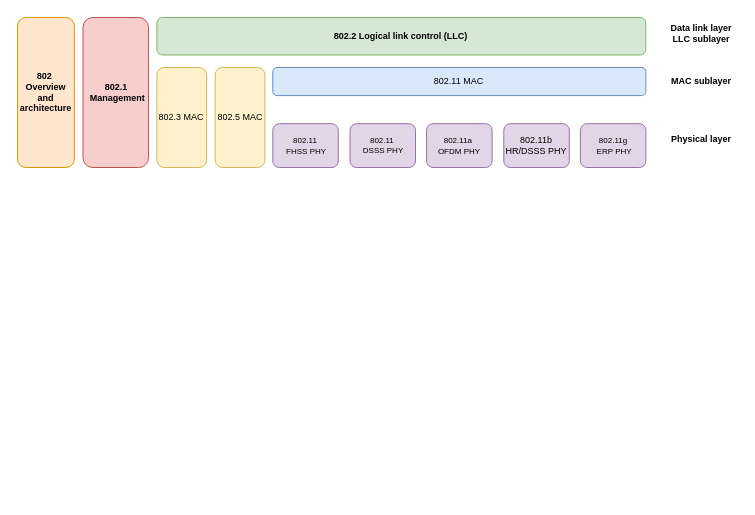
iceyxy/flow-chart-drawio keeps this draw.io diagram as drawio/wifi.drawio. Above is the earlier version. Source tidied: cells renumbered, new cells numbered last; positions are measured from the earlier drawing's top-left corner, leaving out a move shared by most shapes. Both pictures are drawn from the tidied source at 100%, with x=0, y=0 at pixel (17, 17).
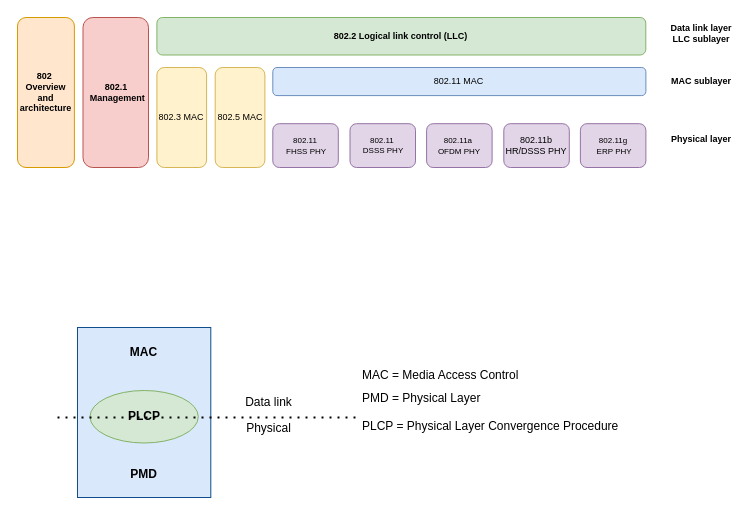
Above is the later version.

Diff of the diagram source:
```diff
@@
+    <mxCell id="17" style="group;" parent="1" vertex="1">
+      <mxGeometry x="40" y="310" width="569.7" height="170" as="geometry" />
+    </mxCell>
+    <mxCell id="18" style="rounded=0;whiteSpace=wrap;html=1;fillColor=#dae8fc;strokeColor=#104e8b;strokeWidth=1;fontSize=12;" parent="17" vertex="1">
+      <mxGeometry x="20" width="133.3" height="170" as="geometry" />
+    </mxCell>
+    <mxCell id="19" value="MAC" style="text;html=1;strokeColor=none;fillColor=none;align=center;verticalAlign=middle;whiteSpace=wrap;rounded=0;fontSize=12;fontStyle=1;" parent="17" vertex="1">
+      <mxGeometry x="53.3" y="9.2" width="66.7" height="32.3" as="geometry" />
+    </mxCell>
+    <mxCell id="20" value="PLCP" style="ellipse;whiteSpace=wrap;html=1;fillColor=#d5e8d4;strokeColor=#82b366;fontSize=12;fontStyle=1;" parent="17" vertex="1">
+      <mxGeometry x="32.5" y="63" width="108.3" height="52.5" as="geometry" />
+    </mxCell>
+    <mxCell id="21" value="PMD" style="text;html=1;strokeColor=none;fillColor=none;align=center;verticalAlign=middle;whiteSpace=wrap;rounded=0;fontSize=12;fontStyle=1;" parent="17" vertex="1">
+      <mxGeometry x="53.3" y="130.4" width="66.7" height="32.3" as="geometry" />
+    </mxCell>
+    <mxCell id="22" value="Data link" style="text;html=1;strokeColor=none;fillColor=none;align=center;verticalAlign=bottom;whiteSpace=wrap;rounded=0;fontSize=12;" parent="17" vertex="1">
+      <mxGeometry x="178.3" y="59.7" width="66.7" height="24.2" as="geometry" />
+    </mxCell>
+    <mxCell id="23" value="Physical" style="text;html=1;strokeColor=none;fillColor=none;align=center;verticalAlign=top;whiteSpace=wrap;rounded=0;fontSize=12;" parent="17" vertex="1">
+      <mxGeometry x="178.3" y="86.9" width="66.7" height="24.2" as="geometry" />
+    </mxCell>
+    <mxCell id="24" value="MAC = Media Access Control" style="text;html=1;strokeColor=none;fillColor=none;align=left;verticalAlign=middle;whiteSpace=wrap;rounded=0;fontSize=12;" parent="17" vertex="1">
+      <mxGeometry x="303" y="35.5" width="233.3" height="24.2" as="geometry" />
+    </mxCell>
+    <mxCell id="25" value="PMD = Physical Layer" style="text;html=1;strokeColor=none;fillColor=none;align=left;verticalAlign=middle;whiteSpace=wrap;rounded=0;fontSize=12;" parent="17" vertex="1">
+      <mxGeometry x="303.3" y="58.7" width="233.3" height="24.2" as="geometry" />
+    </mxCell>
+    <mxCell id="26" value="PLCP = Physical Layer Convergence Procedure" style="text;html=1;strokeColor=none;fillColor=none;align=left;verticalAlign=middle;whiteSpace=wrap;rounded=0;fontSize=12;" parent="17" vertex="1">
+      <mxGeometry x="303" y="86.9" width="266.7" height="24.2" as="geometry" />
+    </mxCell>
+    <mxCell id="27" style="endArrow=none;dashed=1;html=1;dashPattern=1 3;strokeWidth=2;rounded=0;" parent="17" edge="1">
+      <mxGeometry relative="1" as="geometry">
+        <mxPoint y="90" as="sourcePoint" />
+        <mxPoint x="300" y="90" as="targetPoint" />
+      </mxGeometry>
+    </mxCell>
```
